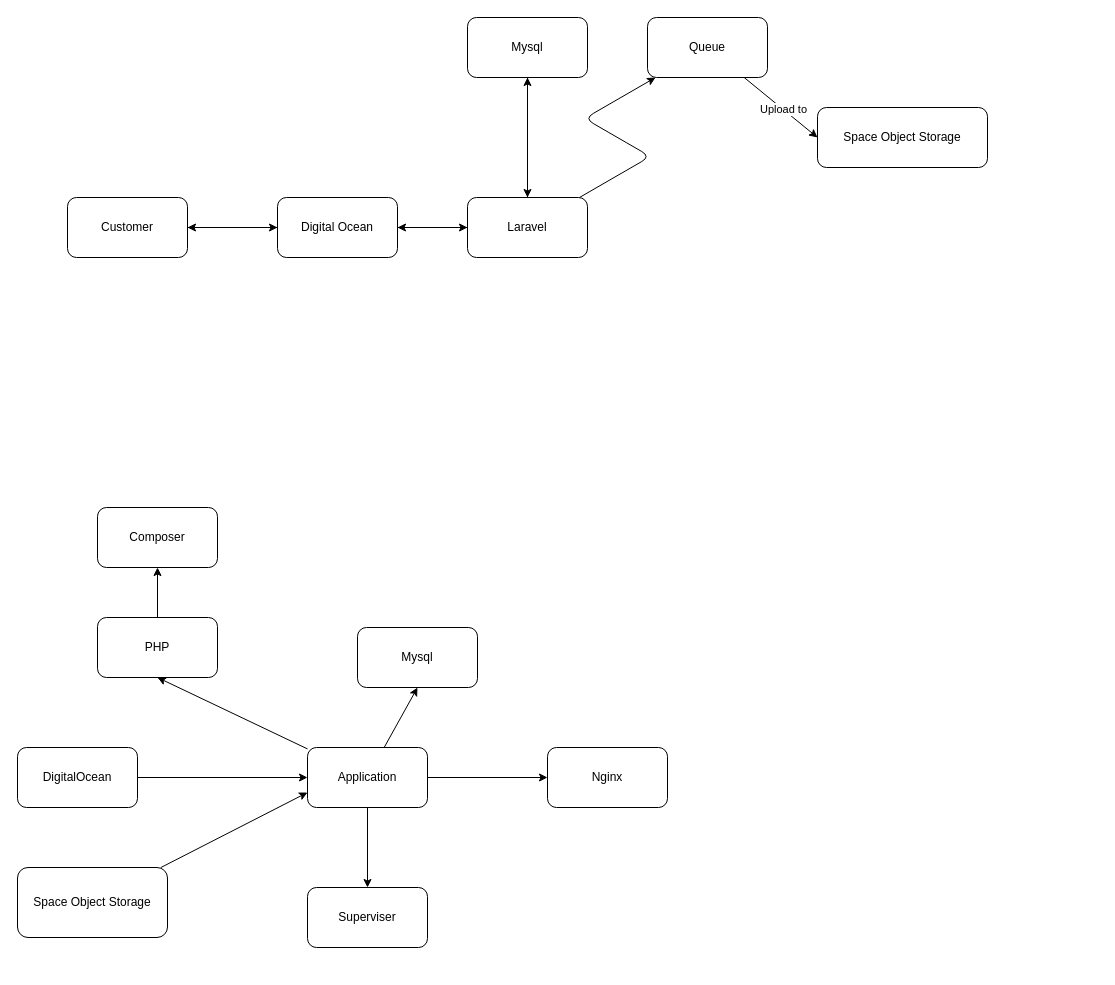
This is draw.io/DMS-App-Logic-Flow.drawio from dorinnbun/DMS, a draw.io file, before an edit. Source tidied: cells renumbered, new cells numbered last; positions are measured from the earlier drawing's top-left corner, leaving out a move shared by most shapes. Both pictures are drawn from the tidied source at 100%, with x=0, y=0 at pixel (17, 17).
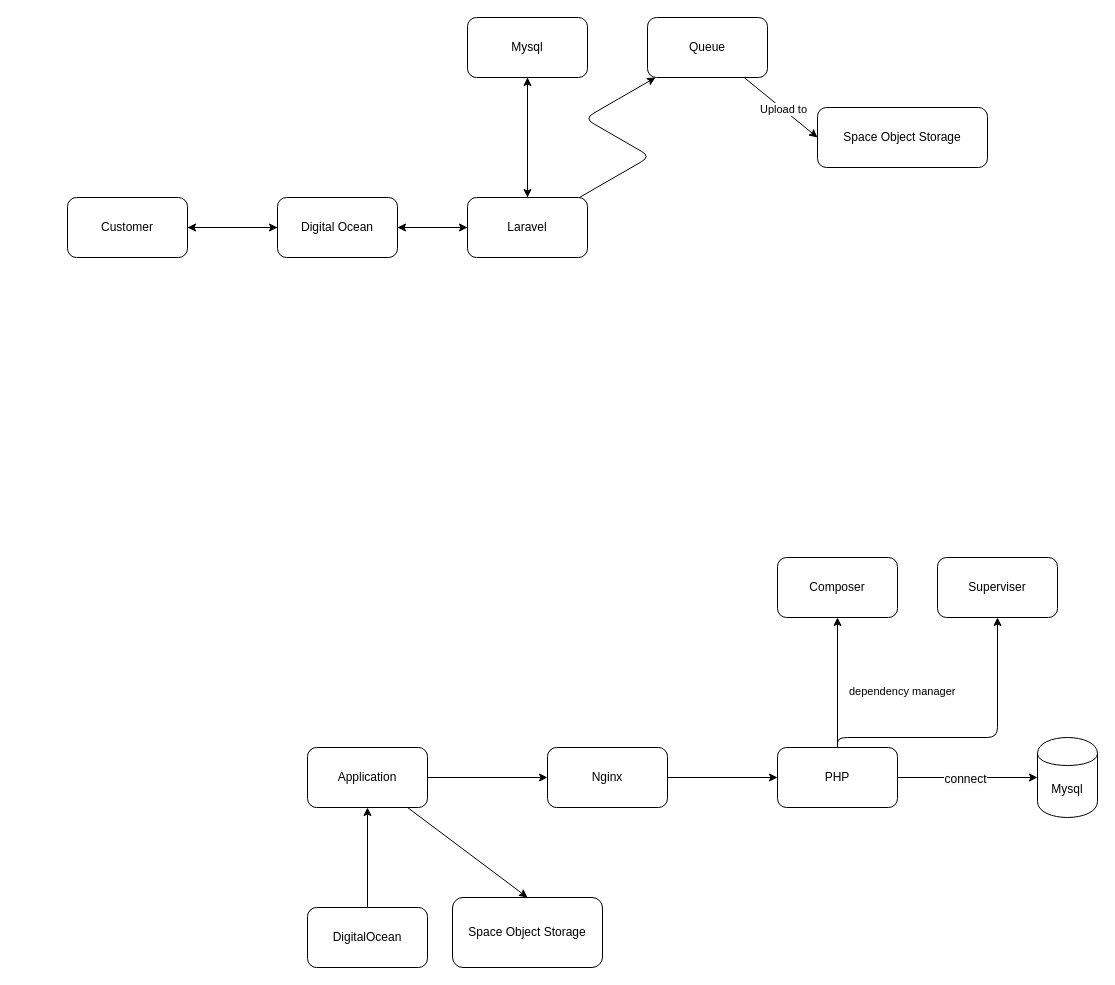
After the change.

Commit message:
update draio nginx

Unchanged cells that the change refers to:
```xml
<mxCell id="19" value="Application" style="rounded=1;whiteSpace=wrap;html=1;" parent="1" vertex="1">
  <mxGeometry x="290" y="730" width="120" height="60" as="geometry" />
</mxCell>
<mxCell id="23" value="Nginx" style="rounded=1;whiteSpace=wrap;html=1;" parent="1" vertex="1">
  <mxGeometry x="530" y="730" width="120" height="60" as="geometry" />
</mxCell>
```

The edit, as a diff of the source:
```diff
@@
-    <mxCell id="15" style="edgeStyle=none;html=1;" parent="1" edge="1" source="19" target="24">
-      <mxGeometry relative="1" as="geometry" />
-    </mxCell>
-    <mxCell id="16" style="edgeStyle=none;html=1;entryX=0.5;entryY=1;entryDx=0;entryDy=0;" parent="1" edge="1" source="19" target="22">
-      <mxGeometry relative="1" as="geometry" />
-    </mxCell>
-    <mxCell id="17" style="edgeStyle=none;html=1;entryX=0.5;entryY=1;entryDx=0;entryDy=0;" parent="1" edge="1" source="19" target="20">
-      <mxGeometry relative="1" as="geometry" />
-    </mxCell>
@@
+    <mxCell id="32" style="edgeStyle=none;html=1;entryX=0.5;entryY=0;entryDx=0;entryDy=0;" parent="1" edge="1" source="19" target="28">
+      <mxGeometry relative="1" as="geometry" />
+    </mxCell>
@@
-    <mxCell id="20" value="Mysql" style="rounded=1;whiteSpace=wrap;html=1;" parent="1" vertex="1">
-      <mxGeometry x="340" y="610" width="120" height="60" as="geometry" />
-    </mxCell>
-    <mxCell id="21" style="edgeStyle=none;html=1;" parent="1" edge="1" source="22" target="31">
-      <mxGeometry relative="1" as="geometry" />
-    </mxCell>
-    <mxCell id="22" value="PHP" style="rounded=1;whiteSpace=wrap;html=1;" parent="1" vertex="1">
-      <mxGeometry x="80" y="600" width="120" height="60" as="geometry" />
-    </mxCell>
+    <mxCell id="33" style="edgeStyle=none;html=1;" parent="1" edge="1" source="23" target="22">
+      <mxGeometry relative="1" as="geometry" />
+    </mxCell>
@@
     <mxCell id="24" value="Superviser" style="rounded=1;whiteSpace=wrap;html=1;" parent="1" vertex="1">
-      <mxGeometry x="290" y="870" width="120" height="60" as="geometry" />
+      <mxGeometry x="920" y="540" width="120" height="60" as="geometry" />
     </mxCell>
@@
     <mxCell id="26" value="DigitalOcean" style="rounded=1;whiteSpace=wrap;html=1;" parent="1" vertex="1">
-      <mxGeometry y="730" width="120" height="60" as="geometry" />
+      <mxGeometry x="290" y="890" width="120" height="60" as="geometry" />
     </mxCell>
-    <mxCell id="27" style="edgeStyle=none;html=1;entryX=0;entryY=0.75;entryDx=0;entryDy=0;" parent="1" edge="1" source="28" target="19">
-      <mxGeometry relative="1" as="geometry" />
-    </mxCell>
     <mxCell id="28" value="Space Object Storage" style="rounded=1;whiteSpace=wrap;html=1;" parent="1" vertex="1">
-      <mxGeometry y="850" width="150" height="70" as="geometry" />
+      <mxGeometry x="435" y="880" width="150" height="70" as="geometry" />
     </mxCell>
@@
+    <mxCell id="34" style="edgeStyle=orthogonalEdgeStyle;html=1;entryX=0;entryY=0.5;entryDx=0;entryDy=0;exitX=1;exitY=0.5;exitDx=0;exitDy=0;" parent="1" edge="1" source="22" target="20">
+      <mxGeometry relative="1" as="geometry" />
+    </mxCell>
+    <mxCell id="35" value="&lt;span style=&quot;color: rgb(0, 0, 0); font-size: 12px; text-wrap-mode: wrap; background-color: rgb(251, 251, 251);&quot;&gt;connect&lt;/span&gt;" style="edgeLabel;html=1;align=center;verticalAlign=middle;" parent="34" vertex="1">
+      <mxGeometry x="-0.05" y="-1" relative="1" as="geometry" />
+    </mxCell>
+    <mxCell id="21" style="edgeStyle=none;html=1;" parent="1" edge="1" source="22" target="31">
+      <mxGeometry relative="1" as="geometry" />
+    </mxCell>
+    <mxCell id="36" style="edgeStyle=orthogonalEdgeStyle;html=1;entryX=0.5;entryY=1;entryDx=0;entryDy=0;" parent="1" edge="1" source="22" target="24">
+      <mxGeometry relative="1" as="geometry">
+        <Array as="points">
+          <mxPoint x="820" y="720" />
+          <mxPoint x="980" y="720" />
+        </Array>
+      </mxGeometry>
+    </mxCell>
+    <mxCell id="22" value="PHP" style="rounded=1;whiteSpace=wrap;html=1;" parent="1" vertex="1">
+      <mxGeometry x="760" y="730" width="120" height="60" as="geometry" />
+    </mxCell>
     <mxCell id="31" value="Composer" style="rounded=1;whiteSpace=wrap;html=1;" parent="1" vertex="1">
-      <mxGeometry x="80" y="490" width="120" height="60" as="geometry" />
+      <mxGeometry x="760" y="540" width="120" height="60" as="geometry" />
     </mxCell>
+    <mxCell id="20" value="Mysql" style="shape=cylinder;whiteSpace=wrap;html=1;boundedLbl=1;backgroundOutline=1;" parent="1" vertex="1">
+      <mxGeometry x="1020" y="720" width="60" height="80" as="geometry" />
+    </mxCell>
+    <mxCell id="37" value="&lt;span style=&quot;color: rgb(0, 0, 0); font-family: Helvetica; font-size: 11px; font-style: normal; font-variant-ligatures: normal; font-variant-caps: normal; font-weight: 400; letter-spacing: normal; orphans: 2; text-align: center; text-indent: 0px; text-transform: none; widows: 2; word-spacing: 0px; -webkit-text-stroke-width: 0px; white-space: nowrap; background-color: rgb(255, 255, 255); text-decoration-thickness: initial; text-decoration-style: initial; text-decoration-color: initial; display: inline !important; float: none;&quot;&gt;dependency manager&lt;/span&gt;" style="text;whiteSpace=wrap;html=1;" parent="1" vertex="1">
+      <mxGeometry x="830" y="660" width="140" height="40" as="geometry" />
+    </mxCell>
```
